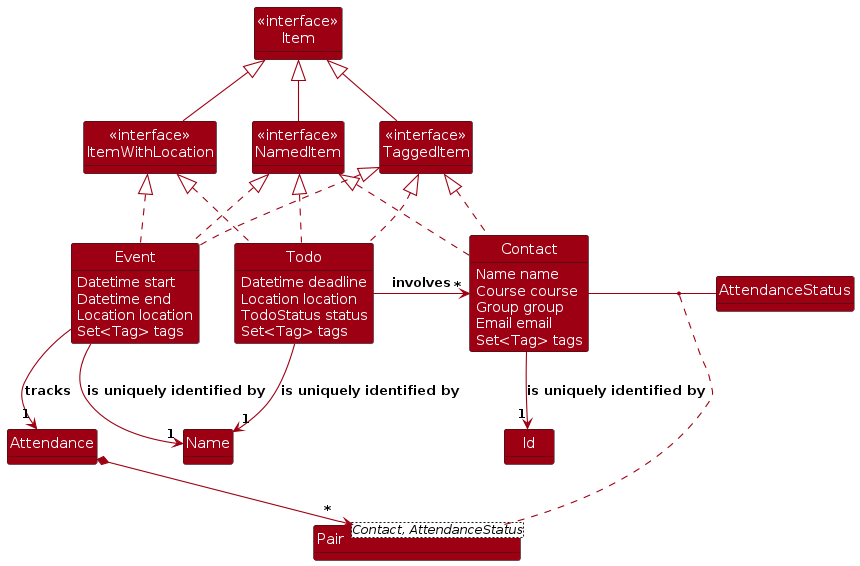
Above: diagrams/ItemClassDiagram.png in AY2425S2-CS2103-F08-4/tp (PlantUML), before the change. Its source is kept beside it as diagrams/ItemClassDiagram.puml. Source of this version:
```plantuml
@startuml
!include style.puml
show attributes
skinparam arrowThickness 1.1
skinparam arrowColor MODEL_COLOR
skinparam classBackgroundColor MODEL_COLOR
skinparam classAttributeFontColor white

Class "<<interface>>\nItem" as Item
Class "<<interface>>\nNamedItem" as NamedItem
Class "<<interface>>\nItemWithLocation" as ItemWithLocation
Class "<<interface>>\nTaggedItem" as TaggedItem

Class Contact {
  Name name
  Course course
  Group group
  Email email
  Set<Tag> tags
}

Class Todo {
  Datetime deadline
  Location location
  TodoStatus status
  Set<Tag> tags
}

Class Event {
  Datetime start
  Datetime end
  Location location
  Set<Tag> tags
}

NamedItem -up-|> Item
ItemWithLocation -up-|> Item
TaggedItem -up-|> Item
Contact .up.|> NamedItem
Event .up.|> NamedItem
Todo .up.|> NamedItem
Contact .up.|> TaggedItem
Event .up.|> TaggedItem
Todo .up.|> TaggedItem
Event .up.|> ItemWithLocation
Todo .up.|> ItemWithLocation
Todo -right-> "*" Contact: "involves"
Todo --> "1" Name: "is uniquely identified by"
Event --> "1" Name: "is uniquely identified by"
Contact --> "1" Id: "is uniquely identified by"

Class Pair<Contact, AttendanceStatus>
Contact - AttendanceStatus
(AttendanceStatus, Contact) .. Pair
Attendance *--> "*" Pair
Event --> "1" Attendance: "tracks"
@enduml
```
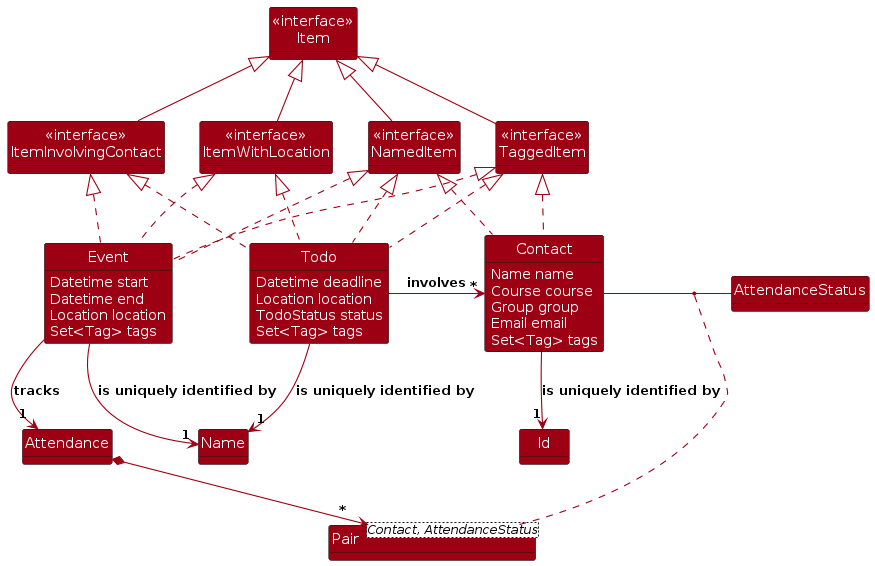
After the change.

What changed in the source:
```diff
@@ -10,6 +10,7 @@
 Class "<<interface>>\nNamedItem" as NamedItem
 Class "<<interface>>\nItemWithLocation" as ItemWithLocation
 Class "<<interface>>\nTaggedItem" as TaggedItem
+Class "<<interface>>\nItemInvolvingContact" as ItemInvolvingContact
 
 Class Contact {
   Name name
@@ -33,6 +34,7 @@
   Set<Tag> tags
 }
 
+ItemInvolvingContact -up-|> Item
 NamedItem -up-|> Item
 ItemWithLocation -up-|> Item
 TaggedItem -up-|> Item
@@ -44,6 +46,8 @@
 Todo .up.|> TaggedItem
 Event .up.|> ItemWithLocation
 Todo .up.|> ItemWithLocation
+Event .up.|> ItemInvolvingContact
+Todo .up.|> ItemInvolvingContact
 Todo -right-> "*" Contact: "involves"
 Todo --> "1" Name: "is uniquely identified by"
 Event --> "1" Name: "is uniquely identified by"
```
